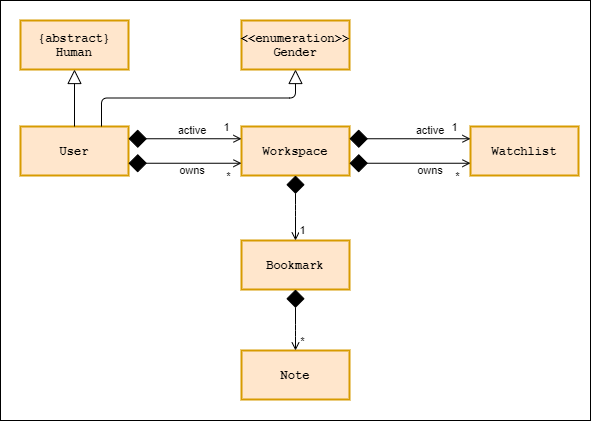
Above: docs/images/User-Class-Diagram.png in nus-cs2113-AY2021S1/tp (draw.io), before the change. Source tidied: cells renumbered, new cells last; positions are measured from the earlier drawing's top-left corner, leaving out a move shared by most shapes.
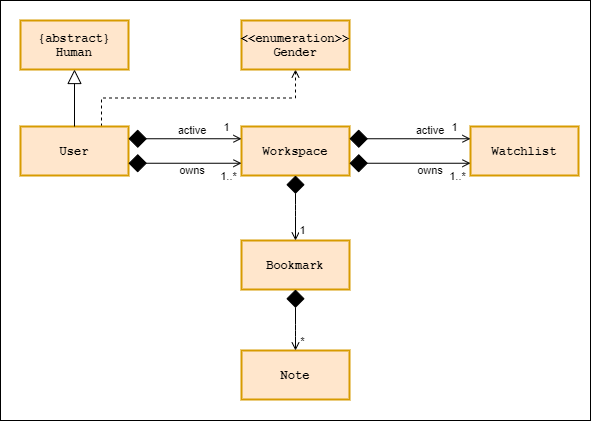
Later version of the same file.

Commit message:
Update User class diagram

Change to the diagram source:
```diff
@@ -5,28 +5,28 @@
     <mxCell id="2" style="verticalLabelPosition=bottom;verticalAlign=top;html=1;shape=mxgraph.basic.rect;fillColor2=none;strokeWidth=1;size=20;indent=5;fontFamily=Courier New;fontSize=12;fillColor=none;" parent="1" vertex="1">
       <mxGeometry width="590" height="420" as="geometry" />
     </mxCell>
-    <mxCell id="3" value="User" style="html=1;whiteSpace=wrap;whiteSpace=wrap;fontSize=12;fontStyle=1;whiteSpace=wrap;spacing=0;strokeColor=#d79b00;strokeOpacity=100;fillOpacity=100;fillColor=#ffe6cc;strokeWidth=2;fontFamily=Courier New;" parent="1" vertex="1">
-      <mxGeometry x="20" y="126" width="108" height="49" as="geometry" />
+    <mxCell id="3" style="edgeStyle=orthogonalEdgeStyle;rounded=0;jettySize=auto;html=1;exitX=0.75;exitY=0;exitDx=0;exitDy=0;entryX=0.5;entryY=1;entryDx=0;entryDy=0;dashed=1;endArrow=open;endFill=0;" parent="1" edge="1" source="4" target="7">
+      <mxGeometry relative="1" as="geometry" />
     </mxCell>
-    <mxCell id="4" value="Workspace" style="html=1;whiteSpace=wrap;whiteSpace=wrap;fontSize=12;fontStyle=1;whiteSpace=wrap;spacing=0;strokeColor=#d79b00;strokeOpacity=100;fillOpacity=100;fillColor=#ffe6cc;strokeWidth=2;fontFamily=Courier New;" parent="1" vertex="1">
-      <mxGeometry x="241" y="126" width="108" height="49" as="geometry" />
+    <mxCell id="4" value="User" style="html=1;whiteSpace=wrap;whiteSpace=wrap;fontSize=12;fontStyle=1;whiteSpace=wrap;spacing=0;strokeColor=#d79b00;strokeOpacity=100;fillOpacity=100;fillColor=#ffe6cc;strokeWidth=2;fontFamily=Courier New;" parent="1" vertex="1">
+      <mxGeometry x="20" y="126" width="108" height="49" as="geometry" />
     </mxCell>
-    <mxCell id="5" value="{abstract}&lt;br&gt;Human" style="html=1;whiteSpace=wrap;whiteSpace=wrap;fontSize=12;fontStyle=1;whiteSpace=wrap;spacing=0;strokeColor=#d79b00;strokeOpacity=100;fillOpacity=100;fillColor=#ffe6cc;strokeWidth=2;fontFamily=Courier New;" parent="1" vertex="1">
-      <mxGeometry x="20" y="20" width="108" height="49" as="geometry" />
+    <mxCell id="5" value="Workspace" style="html=1;whiteSpace=wrap;whiteSpace=wrap;fontSize=12;fontStyle=1;whiteSpace=wrap;spacing=0;strokeColor=#d79b00;strokeOpacity=100;fillOpacity=100;fillColor=#ffe6cc;strokeWidth=2;fontFamily=Courier New;" parent="1" vertex="1">
+      <mxGeometry x="241" y="126" width="108" height="49" as="geometry" />
     </mxCell>
-    <mxCell id="6" value="&amp;lt;&amp;lt;enumeration&amp;gt;&amp;gt;&lt;br&gt;Gender" style="html=1;whiteSpace=wrap;whiteSpace=wrap;fontSize=12;fontStyle=1;whiteSpace=wrap;spacing=0;strokeColor=#d79b00;strokeOpacity=100;fillOpacity=100;fillColor=#ffe6cc;strokeWidth=2;fontFamily=Courier New;" parent="1" vertex="1">
-      <mxGeometry x="241" y="20" width="108" height="49" as="geometry" />
+    <mxCell id="6" value="{abstract}&lt;br&gt;Human" style="html=1;whiteSpace=wrap;whiteSpace=wrap;fontSize=12;fontStyle=1;whiteSpace=wrap;spacing=0;strokeColor=#d79b00;strokeOpacity=100;fillOpacity=100;fillColor=#ffe6cc;strokeWidth=2;fontFamily=Courier New;" parent="1" vertex="1">
+      <mxGeometry x="20" y="20" width="108" height="49" as="geometry" />
     </mxCell>
-    <mxCell id="7" value="Bookmark" style="html=1;whiteSpace=wrap;whiteSpace=wrap;fontSize=12;fontStyle=1;whiteSpace=wrap;spacing=0;strokeColor=#d79b00;strokeOpacity=100;fillOpacity=100;fillColor=#ffe6cc;strokeWidth=2;fontFamily=Courier New;" parent="1" vertex="1">
-      <mxGeometry x="241" y="240" width="108" height="49" as="geometry" />
+    <mxCell id="7" value="&amp;lt;&amp;lt;enumeration&amp;gt;&amp;gt;&lt;br&gt;Gender" style="html=1;whiteSpace=wrap;whiteSpace=wrap;fontSize=12;fontStyle=1;whiteSpace=wrap;spacing=0;strokeColor=#d79b00;strokeOpacity=100;fillOpacity=100;fillColor=#ffe6cc;strokeWidth=2;fontFamily=Courier New;" parent="1" vertex="1">
+      <mxGeometry x="241" y="20" width="108" height="49" as="geometry" />
     </mxCell>
-    <mxCell id="8" style="html=1;jettySize=18;whiteSpace=wrap;fontSize=11;strokeColor=#000000;rounded=1;arcSize=12;edgeStyle=orthogonalEdgeStyle;startArrow=none;endArrow=block;endFill=0;endSize=12;exitX=0.75;exitY=0;exitDx=0;exitDy=0;entryX=0.5;entryY=1;entryDx=0;entryDy=0;" parent="1" edge="1" source="3" target="6">
-      <mxGeometry relative="1" as="geometry" />
+    <mxCell id="8" value="Bookmark" style="html=1;whiteSpace=wrap;whiteSpace=wrap;fontSize=12;fontStyle=1;whiteSpace=wrap;spacing=0;strokeColor=#d79b00;strokeOpacity=100;fillOpacity=100;fillColor=#ffe6cc;strokeWidth=2;fontFamily=Courier New;" parent="1" vertex="1">
+      <mxGeometry x="241" y="240" width="108" height="49" as="geometry" />
     </mxCell>
     <mxCell id="9" value="Note" style="html=1;whiteSpace=wrap;whiteSpace=wrap;fontSize=12;fontStyle=1;whiteSpace=wrap;spacing=0;strokeColor=#d79b00;strokeOpacity=100;fillOpacity=100;fillColor=#ffe6cc;strokeWidth=2;fontFamily=Courier New;" parent="1" vertex="1">
       <mxGeometry x="241" y="350" width="108" height="49" as="geometry" />
     </mxCell>
-    <mxCell id="10" style="html=1;jettySize=18;whiteSpace=wrap;fontSize=11;strokeColor=#000000;rounded=1;arcSize=12;edgeStyle=orthogonalEdgeStyle;startArrow=diamond;endFill=1;startSize=16;endArrow=open;exitX=1;exitY=0.25;entryX=0;entryY=0.25;exitDx=0;exitDy=0;entryDx=0;entryDy=0;" parent="1" edge="1" source="3" target="4">
+    <mxCell id="10" style="html=1;jettySize=18;whiteSpace=wrap;fontSize=11;strokeColor=#000000;rounded=1;arcSize=12;edgeStyle=orthogonalEdgeStyle;startArrow=diamond;endFill=1;startSize=16;endArrow=open;exitX=1;exitY=0.25;entryX=0;entryY=0.25;exitDx=0;exitDy=0;entryDx=0;entryDy=0;" parent="1" edge="1" source="4" target="5">
       <mxGeometry relative="1" as="geometry" />
     </mxCell>
     <mxCell id="11" value="1" style="edgeLabel;html=1;align=center;verticalAlign=middle;" parent="10" vertex="1">
@@ -34,15 +34,15 @@
         <mxPoint y="-12.2" as="offset" />
       </mxGeometry>
     </mxCell>
-    <mxCell id="12" style="html=1;jettySize=18;whiteSpace=wrap;fontSize=11;strokeColor=#000000;rounded=1;arcSize=12;edgeStyle=orthogonalEdgeStyle;startArrow=diamond;endFill=1;startSize=16;endArrow=open;exitX=1;exitY=0.75;entryX=0;entryY=0.75;exitDx=0;exitDy=0;entryDx=0;entryDy=0;" parent="1" edge="1" source="3" target="4">
+    <mxCell id="12" style="html=1;jettySize=18;whiteSpace=wrap;fontSize=11;strokeColor=#000000;rounded=1;arcSize=12;edgeStyle=orthogonalEdgeStyle;startArrow=diamond;endFill=1;startSize=16;endArrow=open;exitX=1;exitY=0.75;entryX=0;entryY=0.75;exitDx=0;exitDy=0;entryDx=0;entryDy=0;" parent="1" edge="1" source="4" target="5">
       <mxGeometry relative="1" as="geometry" />
     </mxCell>
-    <mxCell id="13" value="*" style="edgeLabel;html=1;align=center;verticalAlign=middle;" parent="12" vertex="1">
+    <mxCell id="13" value="1..*" style="edgeLabel;html=1;align=center;verticalAlign=middle;" parent="12" vertex="1">
       <mxGeometry x="0.76" y="1" relative="1" as="geometry">
         <mxPoint y="13.2" as="offset" />
       </mxGeometry>
     </mxCell>
-    <mxCell id="14" style="html=1;jettySize=18;whiteSpace=wrap;fontSize=11;strokeColor=#000000;rounded=1;arcSize=12;edgeStyle=orthogonalEdgeStyle;startArrow=diamond;endFill=1;startSize=16;endArrow=open;exitX=0.5;exitY=1;entryX=0.5;entryY=0;exitDx=0;exitDy=0;entryDx=0;entryDy=0;" parent="1" edge="1" source="4" target="7">
+    <mxCell id="14" style="html=1;jettySize=18;whiteSpace=wrap;fontSize=11;strokeColor=#000000;rounded=1;arcSize=12;edgeStyle=orthogonalEdgeStyle;startArrow=diamond;endFill=1;startSize=16;endArrow=open;exitX=0.5;exitY=1;entryX=0.5;entryY=0;exitDx=0;exitDy=0;entryDx=0;entryDy=0;" parent="1" edge="1" source="5" target="8">
       <mxGeometry relative="1" as="geometry">
         <Array as="points">
           <mxPoint x="295" y="210" />
@@ -55,7 +55,7 @@
         <mxPoint x="7" y="-2.1" as="offset" />
       </mxGeometry>
     </mxCell>
-    <mxCell id="16" style="html=1;jettySize=18;whiteSpace=wrap;fontSize=11;strokeColor=#000000;rounded=1;arcSize=12;edgeStyle=orthogonalEdgeStyle;startArrow=diamond;endFill=1;startSize=16;endArrow=open;exitX=0.5;exitY=1;exitDx=0;exitDy=0;entryX=0.5;entryY=0;entryDx=0;entryDy=0;" parent="1" edge="1" source="7" target="9">
+    <mxCell id="16" style="html=1;jettySize=18;whiteSpace=wrap;fontSize=11;strokeColor=#000000;rounded=1;arcSize=12;edgeStyle=orthogonalEdgeStyle;startArrow=diamond;endFill=1;startSize=16;endArrow=open;exitX=0.5;exitY=1;exitDx=0;exitDy=0;entryX=0.5;entryY=0;entryDx=0;entryDy=0;" parent="1" edge="1" source="8" target="9">
       <mxGeometry relative="1" as="geometry">
         <Array as="points">
           <mxPoint x="295" y="330" />
@@ -68,7 +68,7 @@
         <mxPoint x="17" y="0.1" as="offset" />
       </mxGeometry>
     </mxCell>
-    <mxCell id="18" style="html=1;jettySize=18;whiteSpace=wrap;fontSize=11;strokeColor=#000000;rounded=1;arcSize=12;edgeStyle=orthogonalEdgeStyle;startArrow=none;endArrow=block;endFill=0;endSize=12;entryX=0.5;entryY=1;entryDx=0;entryDy=0;exitX=0.5;exitY=0;exitDx=0;exitDy=0;" parent="1" edge="1" source="3" target="5">
+    <mxCell id="18" style="html=1;jettySize=18;whiteSpace=wrap;fontSize=11;strokeColor=#000000;rounded=1;arcSize=12;edgeStyle=orthogonalEdgeStyle;startArrow=none;endArrow=block;endFill=0;endSize=12;entryX=0.5;entryY=1;entryDx=0;entryDy=0;exitX=0.5;exitY=0;exitDx=0;exitDy=0;" parent="1" edge="1" source="4" target="6">
       <mxGeometry relative="1" as="geometry" />
     </mxCell>
     <mxCell id="19" value="active" style="text;html=1;strokeColor=none;fillColor=none;align=center;verticalAlign=middle;whiteSpace=wrap;rounded=0;fontSize=11;" parent="1" vertex="1">
@@ -80,7 +80,7 @@
     <mxCell id="21" value="Watchlist" style="html=1;whiteSpace=wrap;whiteSpace=wrap;fontSize=12;fontStyle=1;whiteSpace=wrap;spacing=0;strokeColor=#d79b00;strokeOpacity=100;fillOpacity=100;fillColor=#ffe6cc;strokeWidth=2;fontFamily=Courier New;" parent="1" vertex="1">
       <mxGeometry x="470" y="126" width="108" height="49" as="geometry" />
     </mxCell>
-    <mxCell id="22" style="html=1;jettySize=18;whiteSpace=wrap;fontSize=11;strokeColor=#000000;rounded=1;arcSize=12;edgeStyle=orthogonalEdgeStyle;startArrow=diamond;endFill=1;startSize=16;endArrow=open;exitX=1;exitY=0.25;entryX=0;entryY=0.25;exitDx=0;exitDy=0;entryDx=0;entryDy=0;" parent="1" edge="1" source="4" target="21">
+    <mxCell id="22" style="html=1;jettySize=18;whiteSpace=wrap;fontSize=11;strokeColor=#000000;rounded=1;arcSize=12;edgeStyle=orthogonalEdgeStyle;startArrow=diamond;endFill=1;startSize=16;endArrow=open;exitX=1;exitY=0.25;entryX=0;entryY=0.25;exitDx=0;exitDy=0;entryDx=0;entryDy=0;" parent="1" edge="1" source="5" target="21">
       <mxGeometry relative="1" as="geometry" />
     </mxCell>
     <mxCell id="23" value="1" style="edgeLabel;html=1;align=center;verticalAlign=middle;" parent="22" vertex="1">
@@ -88,10 +88,10 @@
         <mxPoint y="-12.2" as="offset" />
       </mxGeometry>
     </mxCell>
-    <mxCell id="24" style="html=1;jettySize=18;whiteSpace=wrap;fontSize=11;strokeColor=#000000;rounded=1;arcSize=12;edgeStyle=orthogonalEdgeStyle;startArrow=diamond;endFill=1;startSize=16;endArrow=open;exitX=1;exitY=0.75;entryX=0;entryY=0.75;exitDx=0;exitDy=0;entryDx=0;entryDy=0;" parent="1" edge="1" source="4" target="21">
+    <mxCell id="24" style="html=1;jettySize=18;whiteSpace=wrap;fontSize=11;strokeColor=#000000;rounded=1;arcSize=12;edgeStyle=orthogonalEdgeStyle;startArrow=diamond;endFill=1;startSize=16;endArrow=open;exitX=1;exitY=0.75;entryX=0;entryY=0.75;exitDx=0;exitDy=0;entryDx=0;entryDy=0;" parent="1" edge="1" source="5" target="21">
       <mxGeometry relative="1" as="geometry" />
     </mxCell>
-    <mxCell id="25" value="*" style="edgeLabel;html=1;align=center;verticalAlign=middle;" parent="24" vertex="1">
+    <mxCell id="25" value="1..*" style="edgeLabel;html=1;align=center;verticalAlign=middle;" parent="24" vertex="1">
       <mxGeometry x="0.76" y="1" relative="1" as="geometry">
         <mxPoint y="13.2" as="offset" />
       </mxGeometry>
```
